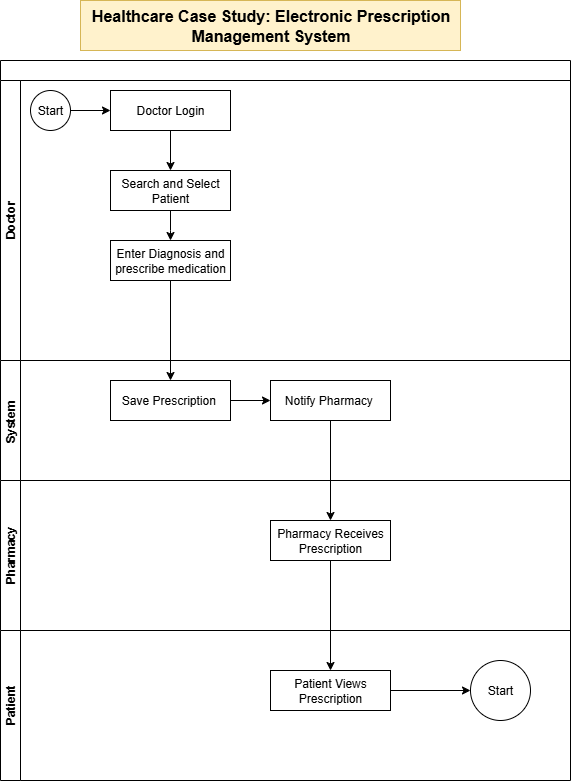
The draw.io diagram Healthcare Case Study: Electronic Prescription Management System.drawio.png in shruthiLearns/BusinessAnalysis, before a commit. Source tidied: cells renumbered, new cells last; positions are measured from the earlier drawing's top-left corner, leaving out a move shared by most shapes.
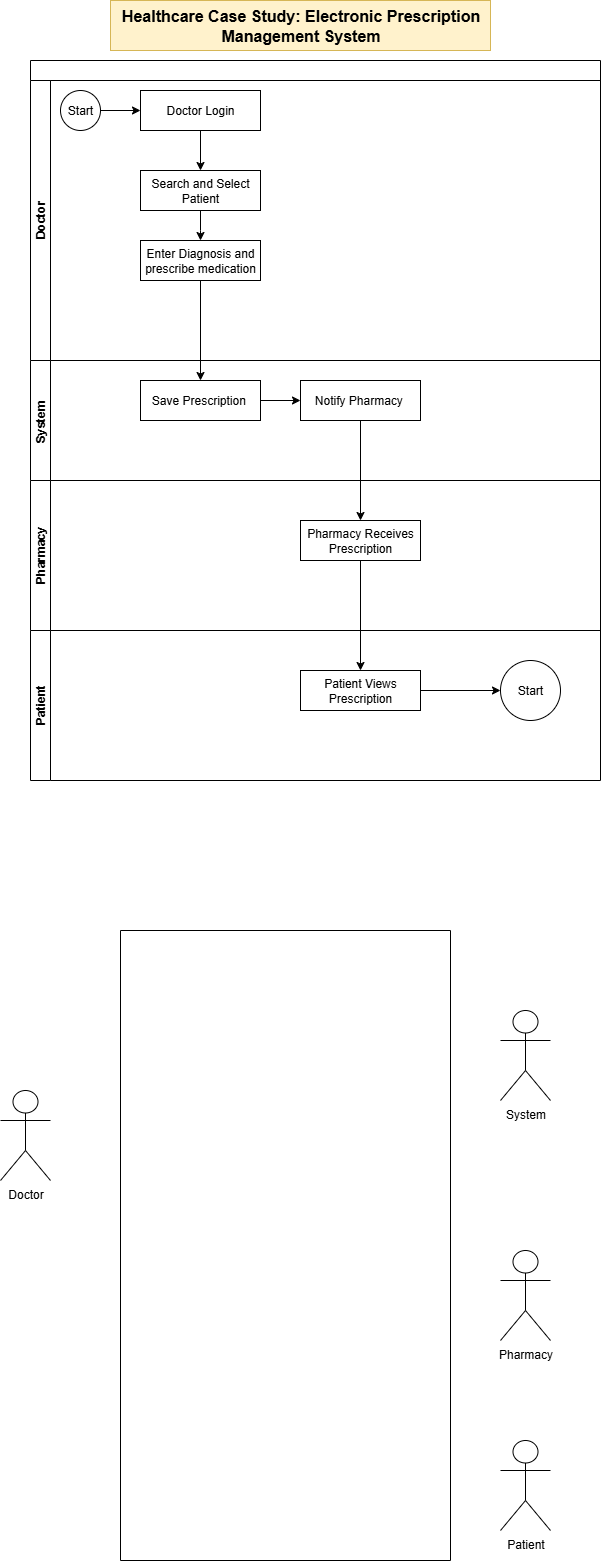
After the change.

The edit, as a diff of the source:
```diff
@@ -73,5 +73,20 @@
     <mxCell id="24" style="edgeStyle=orthogonalEdgeStyle;rounded=0;jettySize=auto;html=1;entryX=0.5;entryY=0;entryDx=0;entryDy=0;" parent="1" edge="1" source="16" target="22">
       <mxGeometry relative="1" as="geometry" />
     </mxCell>
+    <mxCell id="25" style="swimlane;startSize=0;" parent="1" vertex="1">
+      <mxGeometry x="90" y="930" width="330" height="630" as="geometry" />
+    </mxCell>
+    <mxCell id="26" value="Doctor" style="shape=umlActor;verticalLabelPosition=bottom;verticalAlign=top;html=1;" parent="1" vertex="1">
+      <mxGeometry x="-30" y="1090" width="50" height="90" as="geometry" />
+    </mxCell>
+    <mxCell id="27" value="System" style="shape=umlActor;verticalLabelPosition=bottom;verticalAlign=top;html=1;" parent="1" vertex="1">
+      <mxGeometry x="470" y="1010" width="50" height="90" as="geometry" />
+    </mxCell>
+    <mxCell id="28" value="Pharmacy" style="shape=umlActor;verticalLabelPosition=bottom;verticalAlign=top;html=1;" parent="1" vertex="1">
+      <mxGeometry x="470" y="1250" width="50" height="90" as="geometry" />
+    </mxCell>
+    <mxCell id="29" value="Patient" style="shape=umlActor;verticalLabelPosition=bottom;verticalAlign=top;html=1;" parent="1" vertex="1">
+      <mxGeometry x="470" y="1440" width="50" height="90" as="geometry" />
+    </mxCell>
   </root>
 </mxGraphModel>
```
